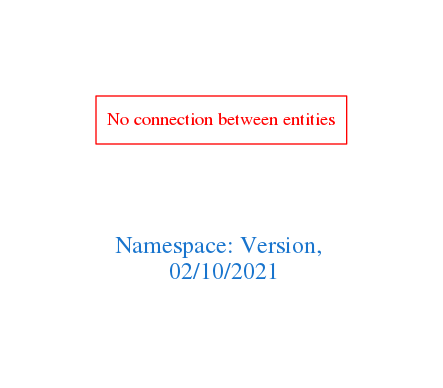
Before: downloads/Version.png, a diagram exported from Graphviz (arago/OGIT). Its source is kept beside it as downloads/Version.dot.
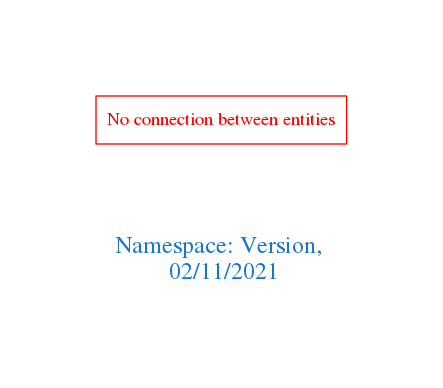
Later version of the same file.

Diff of the diagram source:
```diff
@@ -1,7 +1,7 @@
 digraph OGIT_ontology {
  graph [ rankdir= LR,pad=1
 fontsize = 18,
-fontcolor= dodgerblue3,label = "\n\n\nNamespace: Version, \n 02/10/2021"];
+fontcolor= dodgerblue3,label = "\n\n\nNamespace: Version, \n 02/11/2021"];
 node[shape=polygon];
 edge [  color="gray81"];
 
```
